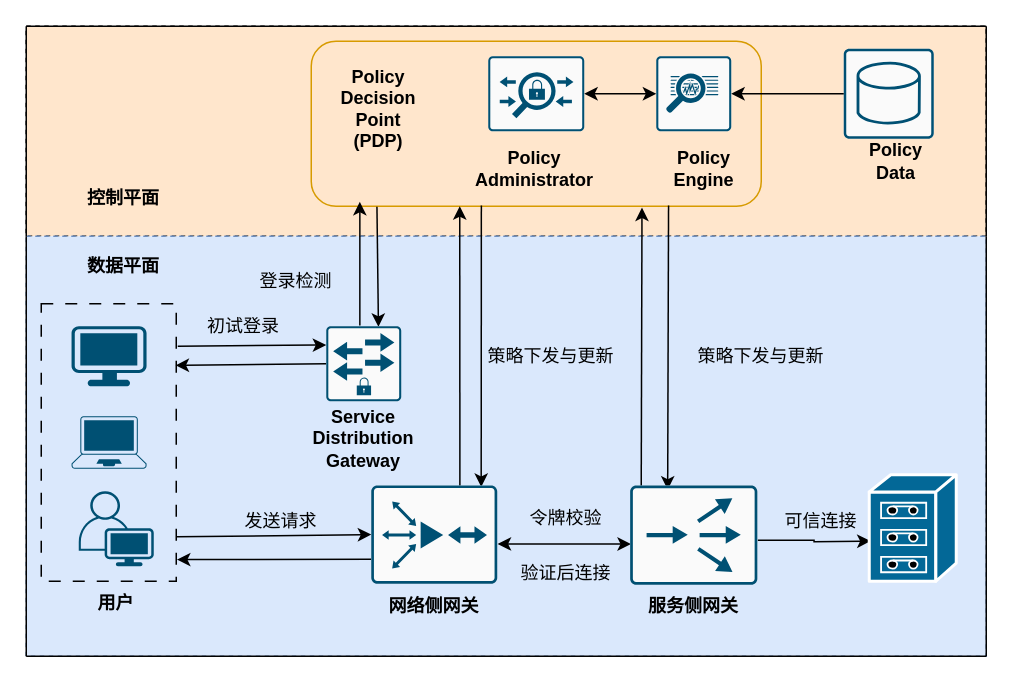
Before: 整体架构.drawio in Norton-Lin/Picture, a draw.io diagram. Source tidied: cells renumbered, new cells numbered last; positions are measured from the earlier drawing's top-left corner, leaving out a move shared by most shapes. Both pictures are drawn from the tidied source at 150%, with x=0, y=0 at pixel (26, 26).
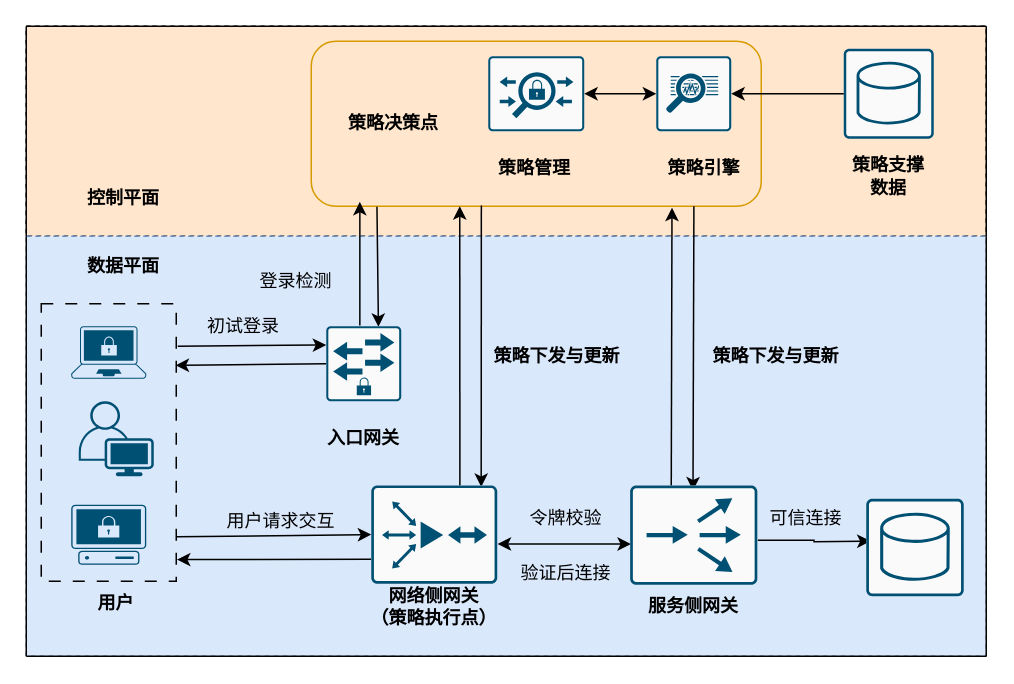
The same page after the edit.

Commit message (it also covers changes not shown here):
更新整体架构.drawio

Unchanged cells that the change refers to:
```xml
<mxCell id="6" style="rounded=1;whiteSpace=wrap;html=1;fillColor=#ffe6cc;strokeColor=#d79b00;" parent="1" vertex="1">
  <mxGeometry x="190" y="10" width="300" height="110" as="geometry" />
</mxCell>
<mxCell id="37" style="sketch=0;points=[[0.015,0.015,0],[0.985,0.015,0],[0.985,0.985,0],[0.015,0.985,0],[0.25,0,0],[0.5,0,0],[0.75,0,0],[1,0.25,0],[1,0.5,0],[1,0.75,0],[0.75,1,0],[0.5,1,0],[0.25,1,0],[0,0.75,0],[0,0.5,0],[0,0.25,0]];verticalLabelPosition=bottom;html=1;verticalAlign=top;align=center;shape=mxgraph.cisco19.rect;prIcon=content_router;fillColor=#FAFAFA;strokeColor=#005073;" parent="1" vertex="1">
  <mxGeometry x="402.6" y="306.1" width="84.8" height="66.2" as="geometry" />
</mxCell>
```

What changed in the source:
```diff
@@
-    <mxCell id="7" value="&lt;b&gt;Policy Decision Point&lt;/b&gt;&lt;div&gt;&lt;b&gt;(PDP)&lt;/b&gt;&lt;/div&gt;" style="text;html=1;align=center;verticalAlign=middle;whiteSpace=wrap;rounded=0;" parent="1" vertex="1">
-      <mxGeometry x="200" y="30" width="70" height="50" as="geometry" />
+    <mxCell id="7" value="&lt;b&gt;策略决策点&lt;/b&gt;" style="text;html=1;align=center;verticalAlign=middle;whiteSpace=wrap;rounded=0;" parent="1" vertex="1">
+      <mxGeometry x="210" y="40" width="70" height="50" as="geometry" />
     </mxCell>
@@
     <mxCell id="11" value="可信连接" style="text;html=1;align=center;verticalAlign=middle;whiteSpace=wrap;rounded=0;" parent="1" vertex="1">
-      <mxGeometry x="500" y="315" width="60" height="30" as="geometry" />
+      <mxGeometry x="490" y="312.5" width="60" height="30" as="geometry" />
     </mxCell>
@@
-    <mxCell id="13" value="策略下发与更新" style="text;html=1;align=center;verticalAlign=middle;whiteSpace=wrap;rounded=0;" parent="1" vertex="1">
-      <mxGeometry x="300" y="205" width="100" height="30" as="geometry" />
+    <mxCell id="13" value="&lt;b&gt;策略下发与更新&lt;/b&gt;" style="text;html=1;align=center;verticalAlign=middle;whiteSpace=wrap;rounded=0;" parent="1" vertex="1">
+      <mxGeometry x="304" y="205" width="100" height="30" as="geometry" />
     </mxCell>
@@
-    <mxCell id="16" value="发送请求" style="text;html=1;align=center;verticalAlign=middle;whiteSpace=wrap;rounded=0;" parent="1" vertex="1">
+    <mxCell id="16" value="用户请求交互" style="text;html=1;align=center;verticalAlign=middle;whiteSpace=wrap;rounded=0;" parent="1" vertex="1">
       <mxGeometry x="120" y="315" width="100" height="30" as="geometry" />
     </mxCell>
@@
-    <mxCell id="22" style="endArrow=classic;html=1;rounded=0;exitX=0.087;exitY=0.043;exitDx=0;exitDy=0;exitPerimeter=0;entryX=0.735;entryY=1.008;entryDx=0;entryDy=0;entryPerimeter=0;" parent="1" edge="1" source="37" target="6">
-      <mxGeometry relative="1" as="geometry" />
+    <mxCell id="22" style="endArrow=classic;html=1;rounded=0;exitX=0.087;exitY=0.043;exitDx=0;exitDy=0;exitPerimeter=0;entryX=0.735;entryY=1.008;entryDx=0;entryDy=0;entryPerimeter=0;" parent="1" edge="1">
+      <mxGeometry relative="1" as="geometry">
+        <mxPoint x="430" y="309" as="sourcePoint" />
+        <mxPoint x="430.5" y="121" as="targetPoint" />
+      </mxGeometry>
     </mxCell>
-    <mxCell id="23" style="endArrow=classic;html=1;rounded=0;exitX=0.794;exitY=0.995;exitDx=0;exitDy=0;exitPerimeter=0;entryX=0.295;entryY=0.043;entryDx=0;entryDy=0;entryPerimeter=0;" parent="1" edge="1" source="6" target="37">
-      <mxGeometry relative="1" as="geometry" />
+    <mxCell id="23" style="endArrow=classic;html=1;rounded=0;exitX=0.794;exitY=0.995;exitDx=0;exitDy=0;exitPerimeter=0;entryX=0.295;entryY=0.043;entryDx=0;entryDy=0;entryPerimeter=0;" parent="1" edge="1">
+      <mxGeometry relative="1" as="geometry">
+        <mxPoint x="445.1" y="120" as="sourcePoint" />
+        <mxPoint x="444.5" y="309.5" as="targetPoint" />
+      </mxGeometry>
     </mxCell>
@@
-    <mxCell id="26" style="verticalLabelPosition=bottom;sketch=0;html=1;verticalAlign=top;align=center;shape=mxgraph.cisco19.workstation;fillColor=#005073;strokeColor=none;" parent="1" vertex="1">
-      <mxGeometry x="30.2" y="200" width="50" height="40" as="geometry" />
-    </mxCell>
-    <mxCell id="27" style="verticalLabelPosition=bottom;sketch=0;html=1;verticalAlign=top;align=center;shape=mxgraph.cisco19.laptop;fillColor=#005073;strokeColor=none;" parent="1" vertex="1">
-      <mxGeometry x="30.2" y="260" width="50" height="35" as="geometry" />
-    </mxCell>
     <mxCell id="28" style="verticalLabelPosition=bottom;sketch=0;html=1;verticalAlign=top;align=center;shape=mxgraph.cisco19.user;fillColor=#005073;strokeColor=none;" parent="1" vertex="1">
-      <mxGeometry x="35" y="310" width="50" height="50" as="geometry" />
+      <mxGeometry x="35" y="250" width="50" height="50" as="geometry" />
     </mxCell>
@@
-    <mxCell id="34" value="&lt;font style=&quot;color: rgb(0, 0, 0);&quot;&gt;&lt;b&gt;Service Distribution&lt;/b&gt;&lt;/font&gt;&lt;div&gt;&lt;font style=&quot;color: rgb(0, 0, 0);&quot;&gt;&lt;b&gt;Gateway&lt;/b&gt;&lt;/font&gt;&lt;/div&gt;" style="text;html=1;align=center;verticalAlign=middle;whiteSpace=wrap;rounded=0;" parent="1" vertex="1">
+    <mxCell id="34" value="&lt;b&gt;入口网关&lt;/b&gt;" style="text;html=1;align=center;verticalAlign=middle;whiteSpace=wrap;rounded=0;" parent="1" vertex="1">
       <mxGeometry x="185" y="260" width="80" height="30" as="geometry" />
     </mxCell>
-    <mxCell id="35" value="&lt;b&gt;网络侧网关&lt;/b&gt;" style="text;html=1;align=center;verticalAlign=middle;whiteSpace=wrap;rounded=0;" parent="1" vertex="1">
+    <mxCell id="35" value="&lt;b&gt;网络侧网关&lt;/b&gt;&lt;div&gt;&lt;b&gt;（策略执行点）&lt;/b&gt;&lt;/div&gt;" style="text;html=1;align=center;verticalAlign=middle;whiteSpace=wrap;rounded=0;" parent="1" vertex="1">
       <mxGeometry x="222" y="371.7" width="100" height="30" as="geometry" />
     </mxCell>
@@
-    <mxCell id="41" value="&lt;b&gt;Policy Administrator&lt;/b&gt;" style="text;html=1;align=center;verticalAlign=middle;whiteSpace=wrap;rounded=0;" parent="1" vertex="1">
+    <mxCell id="41" value="&lt;b&gt;策略管理&lt;/b&gt;" style="text;html=1;align=center;verticalAlign=middle;whiteSpace=wrap;rounded=0;" parent="1" vertex="1">
       <mxGeometry x="304" y="70" width="70" height="50" as="geometry" />
     </mxCell>
-    <mxCell id="42" value="&lt;b&gt;Policy Engine&lt;/b&gt;" style="text;html=1;align=center;verticalAlign=middle;whiteSpace=wrap;rounded=0;" parent="1" vertex="1">
+    <mxCell id="42" value="&lt;b&gt;策略引擎&lt;/b&gt;" style="text;html=1;align=center;verticalAlign=middle;whiteSpace=wrap;rounded=0;" parent="1" vertex="1">
       <mxGeometry x="417.4" y="70" width="70" height="50" as="geometry" />
     </mxCell>
@@
-    <mxCell id="51" value="&lt;b&gt;Policy&lt;/b&gt;&lt;div&gt;&lt;b&gt;Data&lt;/b&gt;&lt;/div&gt;" style="text;html=1;align=center;verticalAlign=middle;whiteSpace=wrap;rounded=0;" parent="1" vertex="1">
-      <mxGeometry x="545" y="70" width="70" height="40" as="geometry" />
+    <mxCell id="51" value="&lt;b&gt;策略支撑&lt;/b&gt;&lt;div&gt;&lt;b&gt;数据&lt;/b&gt;&lt;/div&gt;" style="text;html=1;align=center;verticalAlign=middle;whiteSpace=wrap;rounded=0;" parent="1" vertex="1">
+      <mxGeometry x="540" y="80" width="70" height="40" as="geometry" />
     </mxCell>
@@
-    <mxCell id="53" style="shape=mxgraph.cisco.storage.tape_array;sketch=0;html=1;dashed=0;fillColor=#036897;strokeColor=#ffffff;strokeWidth=2;verticalLabelPosition=bottom;verticalAlign=top;align=center;" parent="1" vertex="1">
-      <mxGeometry x="562" y="299" width="58" height="71" as="geometry" />
-    </mxCell>
-    <mxCell id="54" value="策略下发与更新" style="text;html=1;align=center;verticalAlign=middle;whiteSpace=wrap;rounded=0;" parent="1" vertex="1">
-      <mxGeometry x="440" y="205" width="100" height="30" as="geometry" />
+    <mxCell id="54" value="&lt;b&gt;策略下发与更新&lt;/b&gt;" style="text;html=1;align=center;verticalAlign=middle;whiteSpace=wrap;rounded=0;" parent="1" vertex="1">
+      <mxGeometry x="450" y="205" width="100" height="30" as="geometry" />
     </mxCell>
+    <mxCell id="55" style="sketch=0;verticalLabelPosition=bottom;html=1;verticalAlign=top;align=center;shape=mxgraph.cisco19.rect;prIcon=database_relational;fillColor=#FAFAFA;strokeColor=#005073;" parent="1" vertex="1">
+      <mxGeometry x="560" y="315" width="65" height="65" as="geometry" />
+    </mxCell>
+    <mxCell id="56" style="verticalLabelPosition=bottom;sketch=0;html=1;verticalAlign=top;align=center;shape=mxgraph.cisco19.secure_endpoints;fillColor=#005073;strokeColor=none;" parent="1" vertex="1">
+      <mxGeometry x="30" y="200" width="50" height="35" as="geometry" />
+    </mxCell>
+    <mxCell id="57" style="verticalLabelPosition=bottom;sketch=0;html=1;verticalAlign=top;align=center;shape=mxgraph.cisco19.secure_endpoint_pc;fillColor=#005073;strokeColor=none;" parent="1" vertex="1">
+      <mxGeometry x="30" y="319" width="50" height="40" as="geometry" />
+    </mxCell>
```
